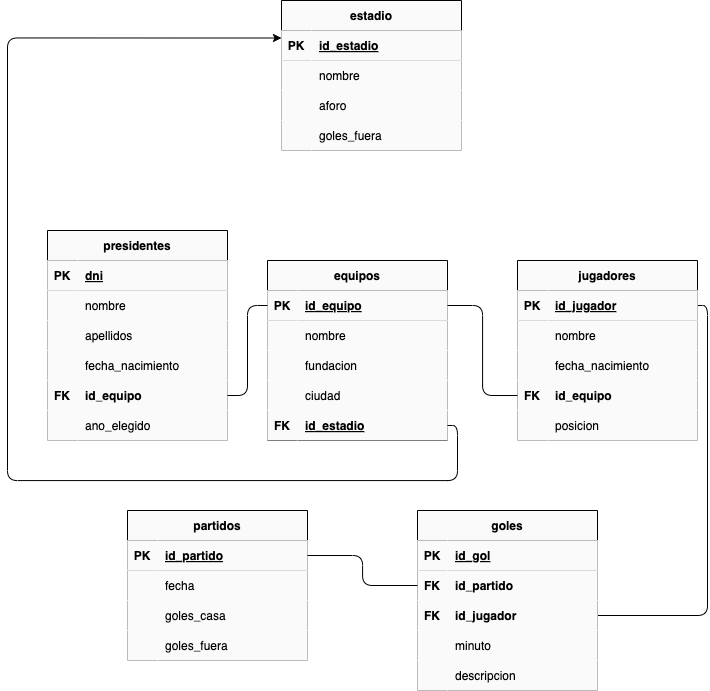
The draw.io diagram tareas/tarea-5/images/ejercicio.drawio.png in deylansystem/actividadesBAE, before a commit. Source tidied: cells renumbered, new cells last; positions are measured from the earlier drawing's top-left corner, leaving out a move shared by most shapes.
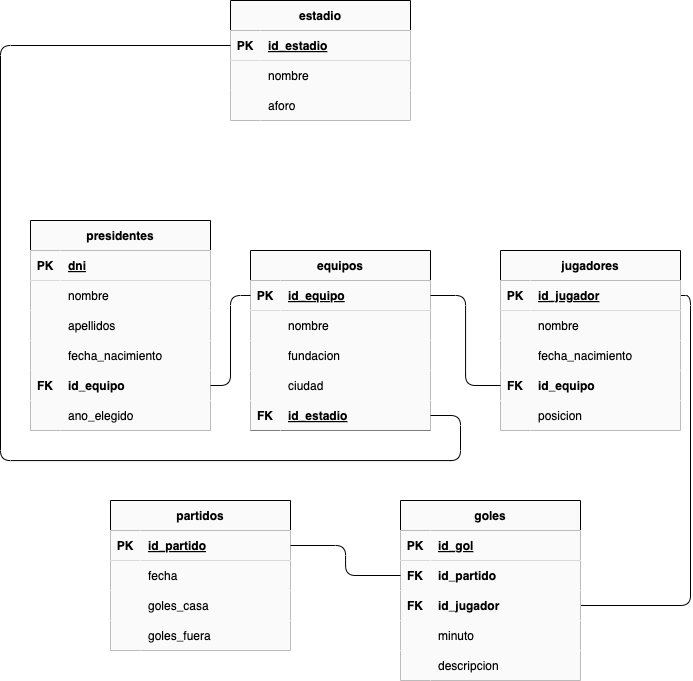
Later version of the same file.

Commit message:
se crea tarea

Diff of the diagram source:
```diff
@@ -255,7 +255,7 @@
       <mxGeometry relative="1" as="geometry" />
     </mxCell>
     <mxCell id="86" value="estadio" style="shape=table;startSize=30;rowLines=0;fontStyle=1;align=center;fillColor=#fafafa;" parent="1" vertex="1">
-      <mxGeometry x="274" width="180" height="150" as="geometry" />
+      <mxGeometry x="240" y="10" width="180" height="120" as="geometry" />
     </mxCell>
     <mxCell id="87" style="shape=tableRow;horizontal=0;startSize=0;swimlaneHead=0;swimlaneBody=0;fillColor=#fafafa;points=[[0,0.5],[1,0.5]];portConstraint=eastwest;top=0;left=0;right=0;bottom=1;" parent="86" vertex="1">
       <mxGeometry y="30" width="180" height="30" as="geometry" />
@@ -284,24 +284,15 @@
     <mxCell id="95" value="aforo" style="shape=partialRectangle;fillColor=#fafafa;top=0;left=0;bottom=0;right=0;align=left;spacingLeft=6;overflow=hidden;" parent="93" vertex="1">
       <mxGeometry x="30" width="150" height="30" as="geometry" />
     </mxCell>
-    <mxCell id="96" style="shape=tableRow;horizontal=0;startSize=0;swimlaneHead=0;swimlaneBody=0;fillColor=#fafafa;top=0;left=0;right=0;bottom=0;" parent="86" vertex="1">
-      <mxGeometry y="120" width="180" height="30" as="geometry" />
-    </mxCell>
-    <mxCell id="97" style="shape=partialRectangle;fillColor=#fafafa;top=0;left=0;bottom=0;right=0;overflow=hidden;" parent="96" vertex="1">
-      <mxGeometry width="30" height="30" as="geometry" />
-    </mxCell>
-    <mxCell id="98" value="goles_fuera" style="shape=partialRectangle;fillColor=#fafafa;top=0;left=0;bottom=0;right=0;align=left;spacingLeft=6;overflow=hidden;" parent="96" vertex="1">
-      <mxGeometry x="30" width="150" height="30" as="geometry" />
-    </mxCell>
-    <mxCell id="99" style="edgeStyle=orthogonalEdgeStyle;html=1;exitX=1;exitY=0.5;exitDx=0;exitDy=0;entryX=0;entryY=0.25;entryDx=0;entryDy=0;" parent="1" edge="1" source="34" target="86">
-      <mxGeometry relative="1" as="geometry">
-        <Array as="points">
-          <mxPoint x="450" y="425" />
-          <mxPoint x="450" y="480" />
-          <mxPoint y="480" />
-          <mxPoint y="37" />
-        </Array>
-      </mxGeometry>
-    </mxCell>
+    <mxCell id="100" style="edgeStyle=orthogonalEdgeStyle;html=1;exitX=1;exitY=0.5;exitDx=0;exitDy=0;entryX=0;entryY=0.5;entryDx=0;entryDy=0;endArrow=none;endFill=0;" parent="1" edge="1" source="34" target="87">
+      <mxGeometry relative="1" as="geometry">
+        <Array as="points">
+          <mxPoint x="470" y="425" />
+          <mxPoint x="470" y="470" />
+          <mxPoint x="10" y="470" />
+          <mxPoint x="10" y="55" />
+        </Array>
+      </mxGeometry>
+    </mxCell>
   </root>
 </mxGraphModel>
```
